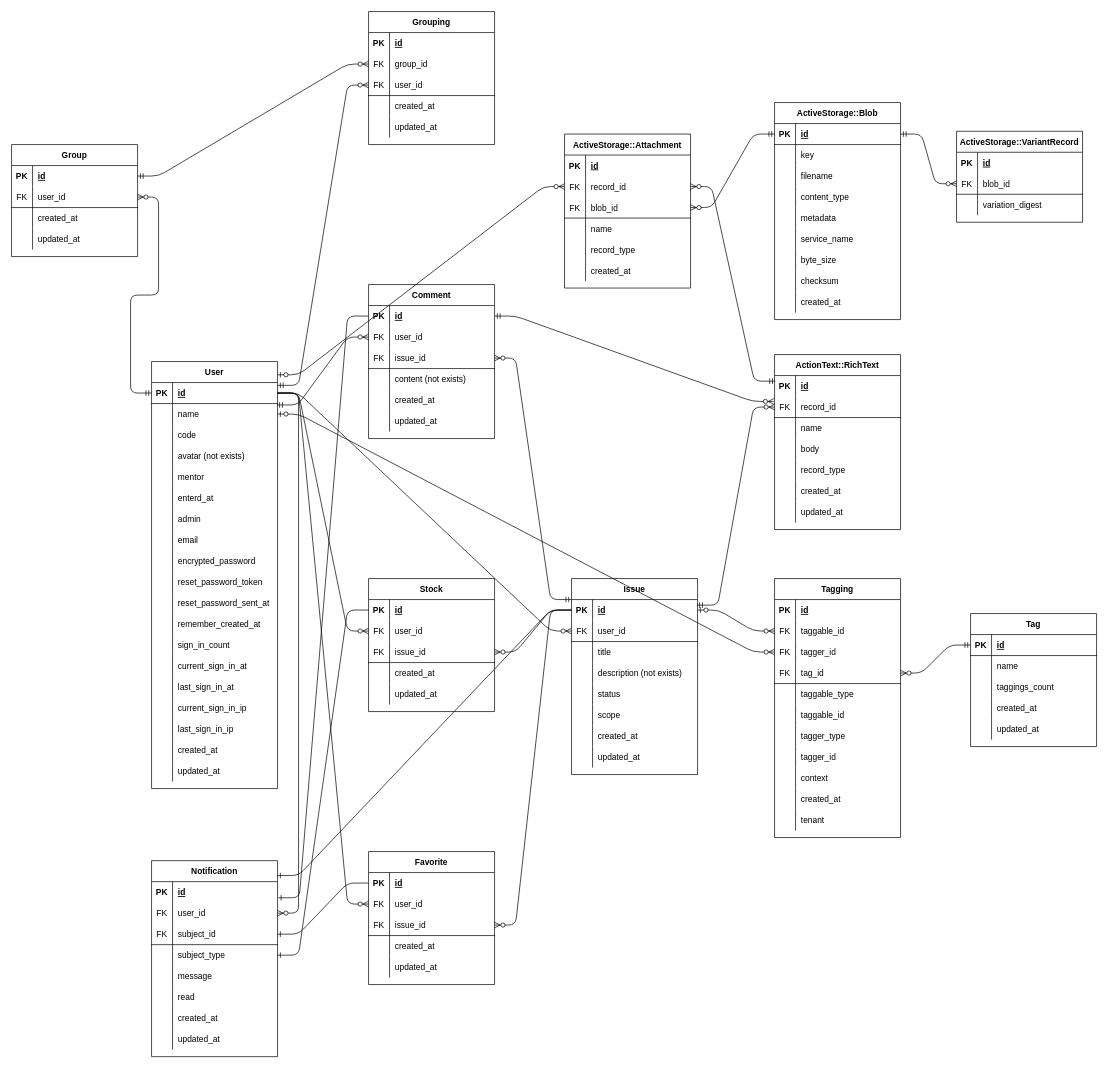
fumtas1k/issues_app keeps this draw.io diagram as RDD/ER.drawio. Above is the earlier version. Source tidied: cells renumbered, new cells numbered last; positions are measured from the earlier drawing's top-left corner, leaving out a move shared by most shapes. Both pictures are drawn from the tidied source at 70%, with x=0, y=0 at pixel (11, 11).
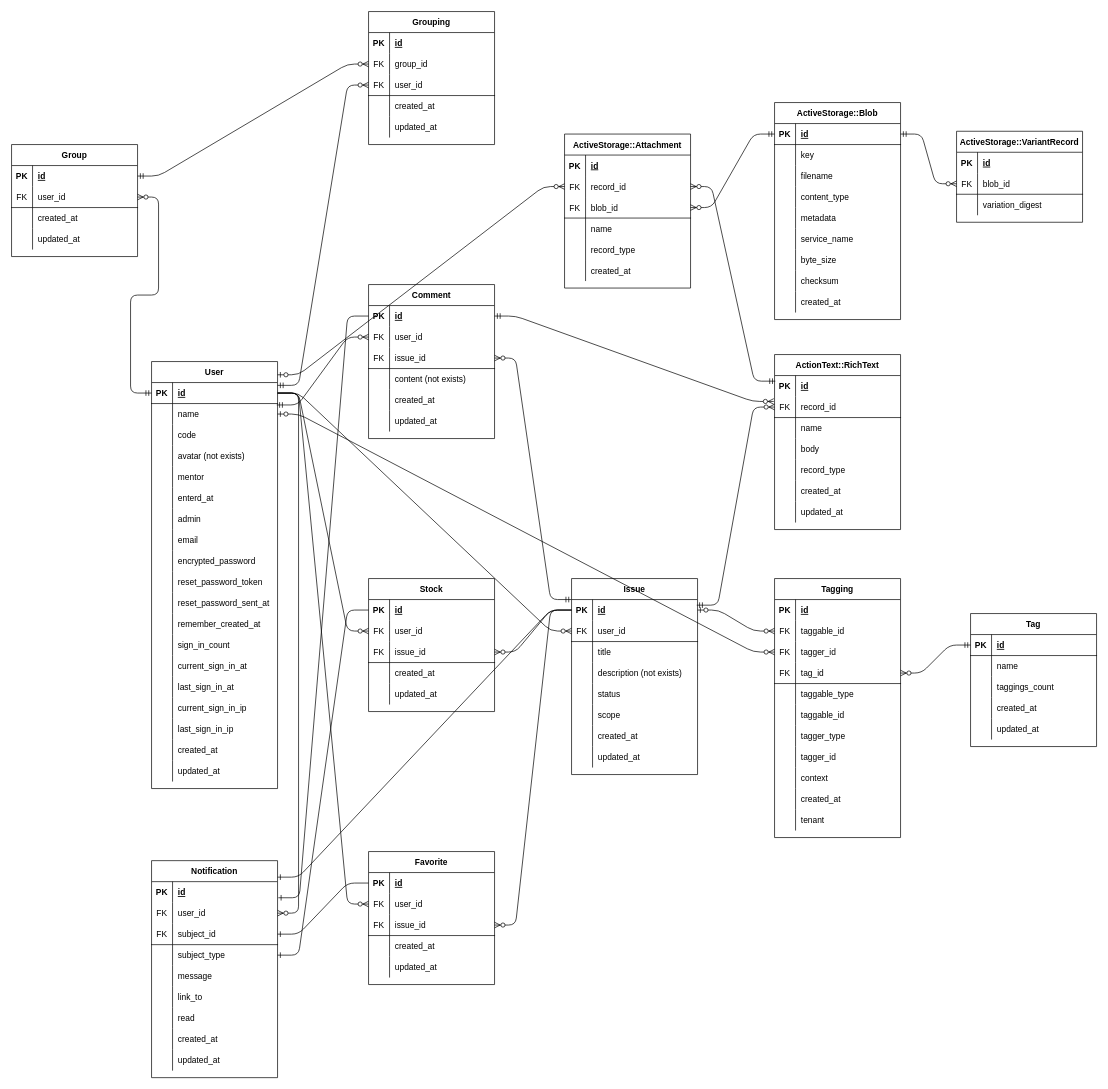
Above is the later version.

Commit message (it also covers changes not shown here):
add: Notificationモデルにカラム追加

What changed in the source:
```diff
@@
-<mxGraphModel background="#FFFFFF">
+<mxGraphModel>
@@
     <mxCell id="136" value="Notification" style="shape=table;startSize=30;childLayout=tableLayout;rowLines=0;fontStyle=1;align=center;" parent="1" vertex="1">
-      <mxGeometry x="200" y="1213" width="180" height="280" as="geometry" />
+      <mxGeometry x="200" y="1213" width="180" height="310" as="geometry" />
     </mxCell>
@@
+    <mxCell id="343" style="shape=partialRectangle;fillColor=none;top=0;left=0;bottom=0;right=0;" parent="136" vertex="1">
+      <mxGeometry y="180" width="180" height="30" as="geometry" />
+    </mxCell>
+    <mxCell id="344" style="shape=partialRectangle;fillColor=none;top=0;left=0;bottom=0;right=0;overflow=hidden;" parent="343" vertex="1">
+      <mxGeometry width="30" height="30" as="geometry" />
+    </mxCell>
+    <mxCell id="345" value="link_to" style="shape=partialRectangle;fillColor=none;top=0;left=0;bottom=0;right=0;align=left;spacingLeft=6;overflow=hidden;" parent="343" vertex="1">
+      <mxGeometry x="30" width="150" height="30" as="geometry" />
+    </mxCell>
     <mxCell id="152" style="shape=partialRectangle;fillColor=none;top=0;left=0;bottom=0;right=0;" parent="136" vertex="1">
-      <mxGeometry y="180" width="180" height="30" as="geometry" />
+      <mxGeometry y="210" width="180" height="30" as="geometry" />
     </mxCell>
@@
     <mxCell id="155" style="shape=partialRectangle;fillColor=none;top=0;left=0;bottom=0;right=0;" parent="136" vertex="1">
-      <mxGeometry y="210" width="180" height="30" as="geometry" />
+      <mxGeometry y="240" width="180" height="30" as="geometry" />
     </mxCell>
@@
     <mxCell id="158" style="shape=partialRectangle;fillColor=none;top=0;left=0;bottom=0;right=0;" parent="136" vertex="1">
-      <mxGeometry y="240" width="180" height="30" as="geometry" />
+      <mxGeometry y="270" width="180" height="30" as="geometry" />
     </mxCell>
```
